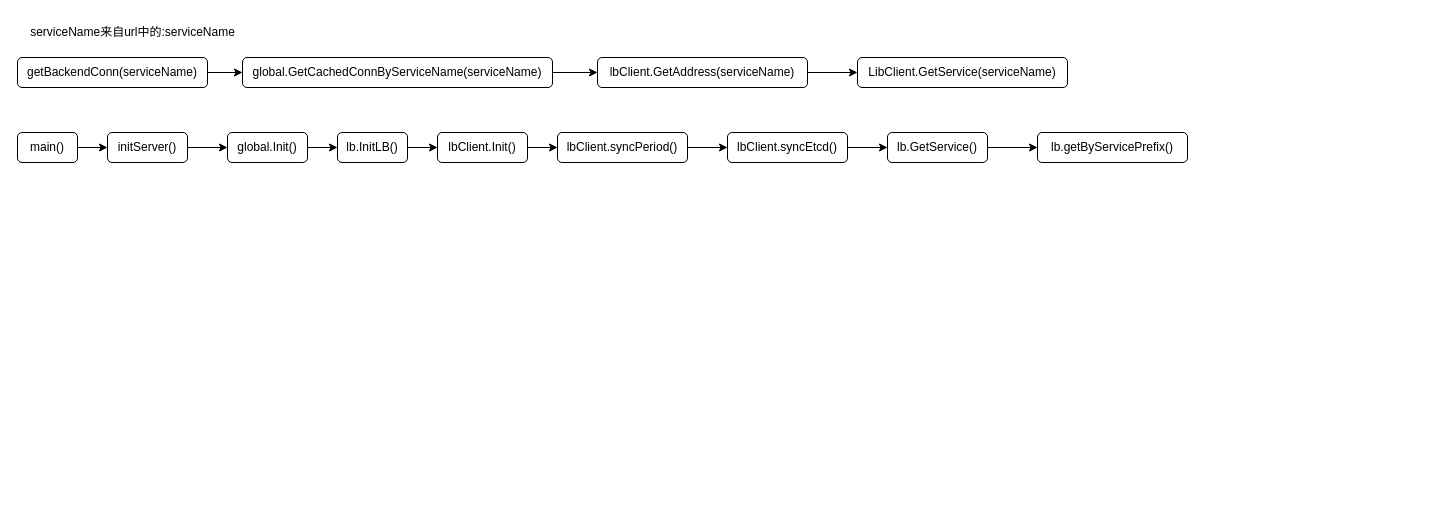
This is lb.drawio from NicoleRobin/my_draw, a draw.io file, before an edit. Source tidied: cells renumbered, new cells numbered last; positions are measured from the earlier drawing's top-left corner, leaving out a move shared by most shapes. Both pictures are drawn from the tidied source at 100%, with x=0, y=0 at pixel (17, 17).
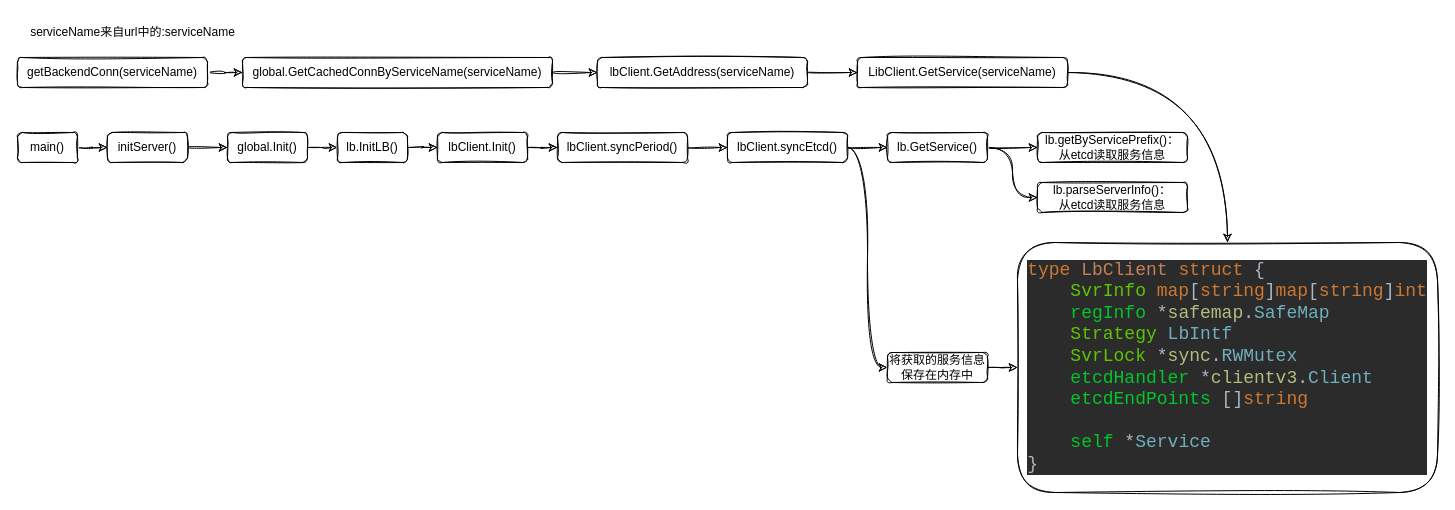
The same diagram, later.

Diff of the diagram source:
```diff
@@
-    <mxCell id="2" style="edgeStyle=orthogonalEdgeStyle;rounded=0;jettySize=auto;html=1;" parent="1" edge="1" source="3" target="5">
+    <mxCell id="2" style="edgeStyle=orthogonalEdgeStyle;rounded=1;jettySize=auto;html=1;sketch=1;curved=1;" parent="1" edge="1" source="3" target="5">
       <mxGeometry relative="1" as="geometry" />
     </mxCell>
-    <mxCell id="3" value="getBackendConn(serviceName)" style="rounded=1;whiteSpace=wrap;html=1;fontSize=12;glass=0;strokeWidth=1;shadow=0;" parent="1" vertex="1">
+    <mxCell id="3" value="getBackendConn(serviceName)" style="rounded=1;whiteSpace=wrap;html=1;fontSize=12;glass=0;strokeWidth=1;shadow=0;sketch=1;" parent="1" vertex="1">
       <mxGeometry y="40" width="190" height="30" as="geometry" />
     </mxCell>
-    <mxCell id="4" style="edgeStyle=orthogonalEdgeStyle;rounded=0;jettySize=auto;html=1;" parent="1" edge="1" source="5" target="7">
+    <mxCell id="4" style="edgeStyle=orthogonalEdgeStyle;rounded=1;jettySize=auto;html=1;sketch=1;curved=1;" parent="1" edge="1" source="5" target="7">
       <mxGeometry relative="1" as="geometry" />
     </mxCell>
-    <mxCell id="5" value="global.GetCachedConnByServiceName(serviceName)" style="whiteSpace=wrap;html=1;rounded=1;glass=0;strokeWidth=1;shadow=0;" parent="1" vertex="1">
+    <mxCell id="5" value="global.GetCachedConnByServiceName(serviceName)" style="whiteSpace=wrap;html=1;rounded=1;glass=0;strokeWidth=1;shadow=0;sketch=1;" parent="1" vertex="1">
       <mxGeometry x="225" y="40" width="310" height="30" as="geometry" />
     </mxCell>
-    <mxCell id="6" style="edgeStyle=orthogonalEdgeStyle;rounded=0;jettySize=auto;html=1;" parent="1" edge="1" source="7" target="9">
+    <mxCell id="6" style="edgeStyle=orthogonalEdgeStyle;rounded=1;jettySize=auto;html=1;sketch=1;curved=1;" parent="1" edge="1" source="7" target="9">
       <mxGeometry relative="1" as="geometry" />
     </mxCell>
-    <mxCell id="7" value="lbClient.GetAddress(serviceName)" style="whiteSpace=wrap;html=1;rounded=1;glass=0;strokeWidth=1;shadow=0;" parent="1" vertex="1">
+    <mxCell id="7" value="lbClient.GetAddress(serviceName)" style="whiteSpace=wrap;html=1;rounded=1;glass=0;strokeWidth=1;shadow=0;sketch=1;" parent="1" vertex="1">
       <mxGeometry x="580" y="40" width="210" height="30" as="geometry" />
     </mxCell>
-    <mxCell id="8" value="serviceName来自url中的:serviceName" style="text;html=1;align=center;verticalAlign=middle;fillColor=none;strokeColor=none;rounded=0;" parent="1" vertex="1">
+    <mxCell id="8" value="serviceName来自url中的:serviceName" style="text;html=1;align=center;verticalAlign=middle;fillColor=none;strokeColor=none;rounded=1;sketch=1;" parent="1" vertex="1">
       <mxGeometry width="230" height="30" as="geometry" />
     </mxCell>
+    <mxCell id="27" style="edgeStyle=orthogonalEdgeStyle;rounded=1;jettySize=auto;html=1;entryX=0.5;entryY=0;entryDx=0;entryDy=0;exitX=1;exitY=0.5;exitDx=0;exitDy=0;sketch=1;curved=1;" parent="1" edge="1" source="9" target="33">
+      <mxGeometry relative="1" as="geometry" />
+    </mxCell>
-    <mxCell id="9" value="LibClient.GetService(serviceName)" style="whiteSpace=wrap;html=1;rounded=1;glass=0;strokeWidth=1;shadow=0;" parent="1" vertex="1">
+    <mxCell id="9" value="LibClient.GetService(serviceName)" style="whiteSpace=wrap;html=1;rounded=1;glass=0;strokeWidth=1;shadow=0;sketch=1;" parent="1" vertex="1">
       <mxGeometry x="840" y="40" width="210" height="30" as="geometry" />
     </mxCell>
-    <mxCell id="10" style="edgeStyle=orthogonalEdgeStyle;rounded=0;jettySize=auto;html=1;" parent="1" edge="1" source="11" target="13">
+    <mxCell id="10" style="edgeStyle=orthogonalEdgeStyle;rounded=1;jettySize=auto;html=1;sketch=1;curved=1;" parent="1" edge="1" source="11" target="13">
       <mxGeometry relative="1" as="geometry" />
     </mxCell>
-    <mxCell id="11" value="main()" style="rounded=1;whiteSpace=wrap;html=1;fontSize=12;glass=0;strokeWidth=1;shadow=0;" parent="1" vertex="1">
+    <mxCell id="11" value="main()" style="rounded=1;whiteSpace=wrap;html=1;fontSize=12;glass=0;strokeWidth=1;shadow=0;sketch=1;" parent="1" vertex="1">
       <mxGeometry y="115" width="60" height="30" as="geometry" />
     </mxCell>
-    <mxCell id="12" style="edgeStyle=orthogonalEdgeStyle;rounded=0;jettySize=auto;html=1;" parent="1" edge="1" source="13" target="15">
+    <mxCell id="12" style="edgeStyle=orthogonalEdgeStyle;rounded=1;jettySize=auto;html=1;sketch=1;curved=1;" parent="1" edge="1" source="13" target="15">
       <mxGeometry relative="1" as="geometry" />
     </mxCell>
-    <mxCell id="13" value="initServer()" style="whiteSpace=wrap;html=1;rounded=1;glass=0;strokeWidth=1;shadow=0;" parent="1" vertex="1">
+    <mxCell id="13" value="initServer()" style="whiteSpace=wrap;html=1;rounded=1;glass=0;strokeWidth=1;shadow=0;sketch=1;" parent="1" vertex="1">
       <mxGeometry x="90" y="115" width="80" height="30" as="geometry" />
     </mxCell>
-    <mxCell id="14" style="edgeStyle=orthogonalEdgeStyle;rounded=0;jettySize=auto;html=1;" parent="1" edge="1" source="15" target="17">
+    <mxCell id="14" style="edgeStyle=orthogonalEdgeStyle;rounded=1;jettySize=auto;html=1;sketch=1;curved=1;" parent="1" edge="1" source="15" target="17">
       <mxGeometry relative="1" as="geometry" />
     </mxCell>
-    <mxCell id="15" value="global.Init()" style="whiteSpace=wrap;html=1;rounded=1;glass=0;strokeWidth=1;shadow=0;" parent="1" vertex="1">
+    <mxCell id="15" value="global.Init()" style="whiteSpace=wrap;html=1;rounded=1;glass=0;strokeWidth=1;shadow=0;sketch=1;" parent="1" vertex="1">
       <mxGeometry x="210" y="115" width="80" height="30" as="geometry" />
     </mxCell>
-    <mxCell id="16" style="edgeStyle=orthogonalEdgeStyle;rounded=0;jettySize=auto;html=1;" parent="1" edge="1" source="17" target="19">
+    <mxCell id="16" style="edgeStyle=orthogonalEdgeStyle;rounded=1;jettySize=auto;html=1;sketch=1;curved=1;" parent="1" edge="1" source="17" target="19">
       <mxGeometry relative="1" as="geometry" />
     </mxCell>
-    <mxCell id="17" value="lb.InitLB()" style="whiteSpace=wrap;html=1;rounded=1;glass=0;strokeWidth=1;shadow=0;" parent="1" vertex="1">
+    <mxCell id="17" value="lb.InitLB()" style="whiteSpace=wrap;html=1;rounded=1;glass=0;strokeWidth=1;shadow=0;sketch=1;" parent="1" vertex="1">
       <mxGeometry x="320" y="115" width="70" height="30" as="geometry" />
     </mxCell>
-    <mxCell id="18" style="edgeStyle=orthogonalEdgeStyle;rounded=0;jettySize=auto;html=1;" parent="1" edge="1" source="19" target="21">
+    <mxCell id="18" style="edgeStyle=orthogonalEdgeStyle;rounded=1;jettySize=auto;html=1;sketch=1;curved=1;" parent="1" edge="1" source="19" target="21">
       <mxGeometry relative="1" as="geometry" />
     </mxCell>
-    <mxCell id="19" value="lbClient.Init()" style="whiteSpace=wrap;html=1;rounded=1;glass=0;strokeWidth=1;shadow=0;" parent="1" vertex="1">
+    <mxCell id="19" value="lbClient.Init()" style="whiteSpace=wrap;html=1;rounded=1;glass=0;strokeWidth=1;shadow=0;sketch=1;" parent="1" vertex="1">
       <mxGeometry x="420" y="115" width="90" height="30" as="geometry" />
     </mxCell>
-    <mxCell id="20" style="edgeStyle=orthogonalEdgeStyle;rounded=0;jettySize=auto;html=1;" parent="1" edge="1" source="21" target="23">
+    <mxCell id="20" style="edgeStyle=orthogonalEdgeStyle;rounded=1;jettySize=auto;html=1;sketch=1;curved=1;" parent="1" edge="1" source="21" target="23">
       <mxGeometry relative="1" as="geometry" />
     </mxCell>
-    <mxCell id="21" value="lbClient.syncPeriod()" style="whiteSpace=wrap;html=1;rounded=1;glass=0;strokeWidth=1;shadow=0;" parent="1" vertex="1">
+    <mxCell id="21" value="lbClient.syncPeriod()" style="whiteSpace=wrap;html=1;rounded=1;glass=0;strokeWidth=1;shadow=0;sketch=1;" parent="1" vertex="1">
       <mxGeometry x="540" y="115" width="130" height="30" as="geometry" />
     </mxCell>
-    <mxCell id="22" style="edgeStyle=orthogonalEdgeStyle;rounded=0;jettySize=auto;html=1;" parent="1" edge="1" source="23" target="25">
+    <mxCell id="22" style="edgeStyle=orthogonalEdgeStyle;rounded=1;jettySize=auto;html=1;sketch=1;curved=1;" parent="1" edge="1" source="23" target="25">
       <mxGeometry relative="1" as="geometry" />
     </mxCell>
+    <mxCell id="28" style="edgeStyle=orthogonalEdgeStyle;rounded=1;jettySize=auto;html=1;entryX=0;entryY=0.5;entryDx=0;entryDy=0;sketch=1;curved=1;" parent="1" edge="1" source="23" target="32">
+      <mxGeometry relative="1" as="geometry" />
+    </mxCell>
-    <mxCell id="23" value="lbClient.syncEtcd()" style="whiteSpace=wrap;html=1;rounded=1;glass=0;strokeWidth=1;shadow=0;" parent="1" vertex="1">
+    <mxCell id="23" value="lbClient.syncEtcd()" style="whiteSpace=wrap;html=1;rounded=1;glass=0;strokeWidth=1;shadow=0;sketch=1;" parent="1" vertex="1">
       <mxGeometry x="710" y="115" width="120" height="30" as="geometry" />
     </mxCell>
-    <mxCell id="24" style="edgeStyle=orthogonalEdgeStyle;rounded=0;jettySize=auto;html=1;" parent="1" edge="1" source="25" target="26">
+    <mxCell id="24" style="edgeStyle=orthogonalEdgeStyle;rounded=1;jettySize=auto;html=1;sketch=1;curved=1;" parent="1" edge="1" source="25" target="26">
       <mxGeometry relative="1" as="geometry" />
     </mxCell>
+    <mxCell id="29" style="edgeStyle=orthogonalEdgeStyle;rounded=1;jettySize=auto;html=1;entryX=0;entryY=0.5;entryDx=0;entryDy=0;sketch=1;curved=1;" parent="1" edge="1" source="25" target="30">
+      <mxGeometry relative="1" as="geometry" />
+    </mxCell>
-    <mxCell id="25" value="lb.GetService()" style="whiteSpace=wrap;html=1;rounded=1;glass=0;strokeWidth=1;shadow=0;" parent="1" vertex="1">
+    <mxCell id="25" value="lb.GetService()" style="whiteSpace=wrap;html=1;rounded=1;glass=0;strokeWidth=1;shadow=0;sketch=1;" parent="1" vertex="1">
       <mxGeometry x="870" y="115" width="100" height="30" as="geometry" />
     </mxCell>
-    <mxCell id="26" value="lb.getByServicePrefix()" style="whiteSpace=wrap;html=1;rounded=1;glass=0;strokeWidth=1;shadow=0;" parent="1" vertex="1">
+    <mxCell id="26" value="lb.getByServicePrefix()：&lt;br&gt;从etcd读取服务信息" style="whiteSpace=wrap;html=1;rounded=1;glass=0;strokeWidth=1;shadow=0;sketch=1;" parent="1" vertex="1">
       <mxGeometry x="1020" y="115" width="150" height="30" as="geometry" />
     </mxCell>
+    <mxCell id="30" value="lb.parseServerInfo()：&lt;br&gt;从etcd读取服务信息" style="whiteSpace=wrap;html=1;rounded=1;glass=0;strokeWidth=1;shadow=0;sketch=1;" parent="1" vertex="1">
+      <mxGeometry x="1020" y="165" width="150" height="30" as="geometry" />
+    </mxCell>
+    <mxCell id="31" style="edgeStyle=orthogonalEdgeStyle;rounded=1;jettySize=auto;html=1;sketch=1;curved=1;" parent="1" edge="1" source="32" target="33">
+      <mxGeometry relative="1" as="geometry" />
+    </mxCell>
+    <mxCell id="32" value="将获取的服务信息保存在内存中" style="whiteSpace=wrap;html=1;rounded=1;glass=0;strokeWidth=1;shadow=0;sketch=1;" parent="1" vertex="1">
+      <mxGeometry x="870" y="335" width="100" height="30" as="geometry" />
+    </mxCell>
+    <mxCell id="33" value="&lt;pre style=&quot;background-color: rgb(43, 43, 43);&quot;&gt;&lt;div style=&quot;color: rgb(169, 183, 198); font-family: &amp;quot;JetBrains Mono&amp;quot;, monospace; font-size: 13.5pt; text-align: left;&quot;&gt;&lt;span style=&quot;font-size: 13.5pt; white-space: normal; color: rgb(204, 120, 50);&quot;&gt;type &lt;/span&gt;&lt;span style=&quot;font-size: 13.5pt; white-space: normal; color: rgb(198, 127, 88);&quot;&gt;LbClient &lt;/span&gt;&lt;span style=&quot;font-size: 13.5pt; white-space: normal; color: rgb(204, 120, 50);&quot;&gt;struct &lt;/span&gt;&lt;span style=&quot;font-size: 13.5pt; white-space: normal;&quot;&gt;{&lt;/span&gt;&lt;/div&gt;&lt;div style=&quot;color: rgb(169, 183, 198); font-family: &amp;quot;JetBrains Mono&amp;quot;, monospace; font-size: 13.5pt; text-align: left;&quot;&gt;&lt;span style=&quot;font-size: 13.5pt; white-space: normal;&quot;&gt;&lt;/span&gt;&lt;span style=&quot;font-size: 13.5pt; white-space: normal; color: rgb(91, 198, 0);&quot;&gt;&amp;nbsp; &amp;nbsp; SvrInfo       &lt;/span&gt;&lt;span style=&quot;font-size: 13.5pt; white-space: normal; color: rgb(204, 120, 50);&quot;&gt;map&lt;/span&gt;&lt;span style=&quot;font-size: 13.5pt; white-space: normal;&quot;&gt;[&lt;/span&gt;&lt;span style=&quot;font-size: 13.5pt; white-space: normal; color: rgb(204, 120, 50);&quot;&gt;string&lt;/span&gt;&lt;span style=&quot;font-size: 13.5pt; white-space: normal;&quot;&gt;]&lt;/span&gt;&lt;span style=&quot;font-size: 13.5pt; white-space: normal; color: rgb(204, 120, 50);&quot;&gt;map&lt;/span&gt;&lt;span style=&quot;font-size: 13.5pt; white-space: normal;&quot;&gt;[&lt;/span&gt;&lt;span style=&quot;font-size: 13.5pt; white-space: normal; color: rgb(204, 120, 50);&quot;&gt;string&lt;/span&gt;&lt;span style=&quot;font-size: 13.5pt; white-space: normal;&quot;&gt;]&lt;/span&gt;&lt;span style=&quot;font-size: 13.5pt; white-space: normal; color: rgb(204, 120, 50);&quot;&gt;int&lt;/span&gt;&lt;/div&gt;&lt;span style=&quot;color: rgb(128, 128, 128); font-family: &amp;quot;JetBrains Mono&amp;quot;, monospace; font-size: 13.5pt;&quot;&gt;&lt;div style=&quot;text-align: left;&quot;&gt;&lt;span style=&quot;font-size: 13.5pt; white-space: normal;&quot;&gt;&lt;/span&gt;&lt;span style=&quot;font-size: 13.5pt; white-space: normal; color: rgb(0, 198, 43);&quot;&gt;&amp;nbsp; &amp;nbsp; regInfo       &lt;/span&gt;&lt;span style=&quot;color: rgb(169, 183, 198); font-size: 13.5pt; white-space: normal;&quot;&gt;*&lt;/span&gt;&lt;span style=&quot;font-size: 13.5pt; white-space: normal; color: rgb(175, 191, 126);&quot;&gt;safemap&lt;/span&gt;&lt;span style=&quot;color: rgb(169, 183, 198); font-size: 13.5pt; white-space: normal;&quot;&gt;.&lt;/span&gt;&lt;span style=&quot;font-size: 13.5pt; white-space: normal; color: rgb(111, 175, 189);&quot;&gt;SafeMap&lt;/span&gt;&lt;/div&gt;&lt;/span&gt;&lt;span style=&quot;color: rgb(128, 128, 128); font-family: Menlo-Regular, monospace; font-size: 13.5pt;&quot;&gt;&lt;div style=&quot;text-align: left;&quot;&gt;&lt;span style=&quot;font-size: 13.5pt; white-space: normal;&quot;&gt;&lt;/span&gt;&lt;span style=&quot;font-family: &amp;quot;JetBrains Mono&amp;quot;, monospace; font-size: 13.5pt; white-space: normal; color: rgb(91, 198, 0);&quot;&gt;&amp;nbsp; &amp;nbsp; Strategy      &lt;/span&gt;&lt;span style=&quot;font-family: &amp;quot;JetBrains Mono&amp;quot;, monospace; font-size: 13.5pt; white-space: normal; color: rgb(111, 175, 189);&quot;&gt;LbIntf&lt;/span&gt;&lt;/div&gt;&lt;/span&gt;&lt;span style=&quot;color: rgb(111, 175, 189); font-family: &amp;quot;JetBrains Mono&amp;quot;, monospace; font-size: 13.5pt;&quot;&gt;&lt;div style=&quot;text-align: left;&quot;&gt;&lt;span style=&quot;font-size: 13.5pt; white-space: normal;&quot;&gt;&lt;/span&gt;&lt;span style=&quot;font-size: 13.5pt; white-space: normal; color: rgb(91, 198, 0);&quot;&gt;&amp;nbsp; &amp;nbsp; SvrLock       &lt;/span&gt;&lt;span style=&quot;color: rgb(169, 183, 198); font-size: 13.5pt; white-space: normal;&quot;&gt;*&lt;/span&gt;&lt;span style=&quot;font-size: 13.5pt; white-space: normal; color: rgb(175, 191, 126);&quot;&gt;sync&lt;/span&gt;&lt;span style=&quot;color: rgb(169, 183, 198); font-size: 13.5pt; white-space: normal;&quot;&gt;.&lt;/span&gt;&lt;span style=&quot;font-size: 13.5pt; white-space: normal;&quot;&gt;RWMutex&lt;/span&gt;&lt;/div&gt;&lt;/span&gt;&lt;span style=&quot;color: rgb(111, 175, 189); font-family: &amp;quot;JetBrains Mono&amp;quot;, monospace; font-size: 13.5pt;&quot;&gt;&lt;div style=&quot;text-align: left;&quot;&gt;&lt;span style=&quot;font-size: 13.5pt; white-space: normal;&quot;&gt;&lt;/span&gt;&lt;span style=&quot;font-size: 13.5pt; white-space: normal; color: rgb(0, 198, 43);&quot;&gt;&amp;nbsp; &amp;nbsp; etcdHandler   &lt;/span&gt;&lt;span style=&quot;color: rgb(169, 183, 198); font-size: 13.5pt; white-space: normal;&quot;&gt;*&lt;/span&gt;&lt;span style=&quot;font-size: 13.5pt; white-space: normal; color: rgb(175, 191, 126);&quot;&gt;clientv3&lt;/span&gt;&lt;span style=&quot;color: rgb(169, 183, 198); font-size: 13.5pt; white-space: normal;&quot;&gt;.&lt;/span&gt;&lt;span style=&quot;font-size: 13.5pt; white-space: normal;&quot;&gt;Client&lt;/span&gt;&lt;/div&gt;&lt;/span&gt;&lt;span style=&quot;color: rgb(111, 175, 189); font-family: &amp;quot;JetBrains Mono&amp;quot;, monospace; font-size: 13.5pt;&quot;&gt;&lt;div style=&quot;text-align: left;&quot;&gt;&lt;span style=&quot;font-size: 13.5pt; white-space: normal;&quot;&gt;&lt;/span&gt;&lt;span style=&quot;font-size: 13.5pt; white-space: normal; color: rgb(0, 198, 43);&quot;&gt;&amp;nbsp; &amp;nbsp; etcdEndPoints &lt;/span&gt;&lt;span style=&quot;color: rgb(169, 183, 198); font-size: 13.5pt; white-space: normal;&quot;&gt;[]&lt;/span&gt;&lt;span style=&quot;font-size: 13.5pt; white-space: normal; color: rgb(204, 120, 50);&quot;&gt;string&lt;/span&gt;&lt;/div&gt;&lt;/span&gt;&lt;div style=&quot;text-align: left;&quot;&gt;&lt;font face=&quot;JetBrains Mono, monospace&quot; color=&quot;#cc7832&quot;&gt;&lt;span style=&quot;font-size: 18px;&quot;&gt;&lt;br&gt;&lt;/span&gt;&lt;/font&gt;&lt;/div&gt;&lt;span style=&quot;color: rgb(204, 120, 50); font-family: &amp;quot;JetBrains Mono&amp;quot;, monospace; font-size: 13.5pt;&quot;&gt;&lt;div style=&quot;text-align: left;&quot;&gt;&lt;span style=&quot;white-space: normal; font-size: 13.5pt;&quot;&gt;&lt;/span&gt;&lt;span style=&quot;white-space: normal; color: rgb(0, 198, 43); font-size: 13.5pt;&quot;&gt;&amp;nbsp; &amp;nbsp; self &lt;/span&gt;&lt;font style=&quot;font-size: 12px; white-space: normal;&quot; face=&quot;JetBrains Mono, monospace&quot; color=&quot;#a9b7c6&quot;&gt;&lt;span style=&quot;font-size: 13.5pt;&quot;&gt;*&lt;/span&gt;&lt;/font&gt;&lt;span style=&quot;white-space: normal; color: rgb(111, 175, 189); font-size: 13.5pt;&quot;&gt;Service&lt;/span&gt;&lt;/div&gt;&lt;/span&gt;&lt;font face=&quot;JetBrains Mono, monospace&quot; color=&quot;#a9b7c6&quot;&gt;&lt;div style=&quot;text-align: left;&quot;&gt;&lt;span style=&quot;font-size: 13.5pt; white-space: normal;&quot;&gt;}&lt;/span&gt;&lt;/div&gt;&lt;/font&gt;&lt;/pre&gt;" style="whiteSpace=wrap;html=1;rounded=1;glass=0;strokeWidth=1;shadow=0;sketch=1;" parent="1" vertex="1">
+      <mxGeometry x="1000" y="225" width="420" height="250" as="geometry" />
+    </mxCell>
```
